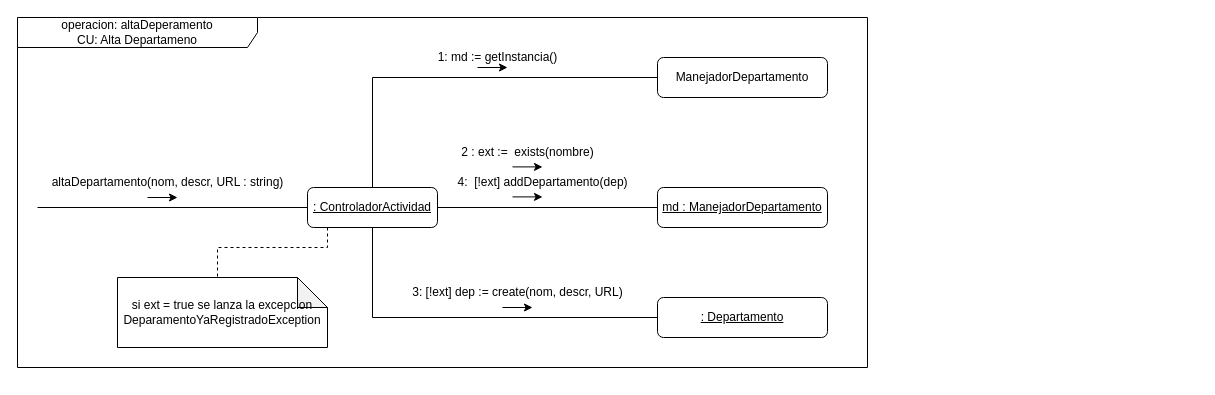
The draw.io diagram Diseño/DDC/AltaDepartamento.drawio in FacundoDiaz00/Taller-de-Programaci-n, before the edit. Source tidied: cells renumbered, new cells numbered last; positions are measured from the earlier drawing's top-left corner, leaving out a move shared by most shapes. Both pictures are drawn from the tidied source at 100%, with x=0, y=0 at pixel (17, 17).
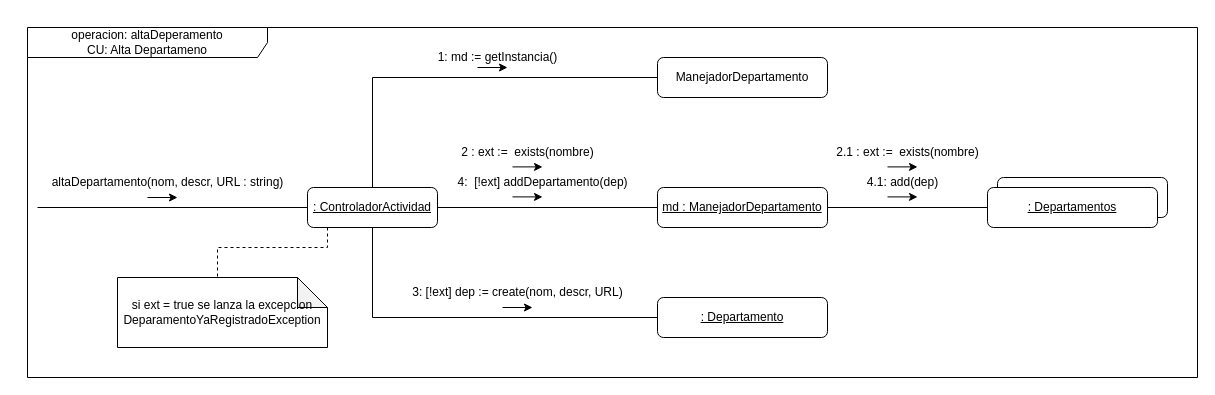
The same page after the edit.

Commit message (it also covers changes not shown here):
Correcion en DDC del alta de departamento

Unchanged cells that the change refers to:
```xml
<mxCell id="12" value="&lt;u&gt;md : ManejadorDepartamento&lt;/u&gt;" style="rounded=1;whiteSpace=wrap;html=1;" parent="1" vertex="1">
  <mxGeometry x="640" y="170" width="170" height="40" as="geometry" />
</mxCell>
```

Change to the diagram source:
```diff
@@
     <mxCell id="2" value="operacion: altaDeperamento&lt;br&gt;CU: Alta Departameno" style="shape=umlFrame;whiteSpace=wrap;html=1;width=240;height=30;" parent="1" vertex="1">
-      <mxGeometry width="850" height="350" as="geometry" />
+      <mxGeometry x="10" y="10" width="1170" height="350" as="geometry" />
     </mxCell>
@@
+    <mxCell id="23" style="edgeStyle=orthogonalEdgeStyle;rounded=0;jettySize=auto;html=1;entryX=0;entryY=0.5;entryDx=0;entryDy=0;endArrow=none;endFill=0;" parent="1" edge="1" source="12" target="26">
+      <mxGeometry relative="1" as="geometry" />
+    </mxCell>
@@
+    <mxCell id="24" style="group;" parent="1" vertex="1">
+      <mxGeometry x="970" y="160" width="180" height="50" as="geometry" />
+    </mxCell>
+    <mxCell id="25" style="rounded=1;whiteSpace=wrap;html=1;" parent="24" vertex="1">
+      <mxGeometry x="10" width="170" height="40" as="geometry" />
+    </mxCell>
+    <mxCell id="26" value="&lt;u&gt;: Departamentos&lt;/u&gt;" style="rounded=1;whiteSpace=wrap;html=1;" parent="24" vertex="1">
+      <mxGeometry y="10" width="170" height="40" as="geometry" />
+    </mxCell>
+    <mxCell id="27" value="2.1 : ext :=&amp;nbsp; exists(nombre)" style="text;html=1;align=center;verticalAlign=middle;strokeColor=none;fillColor=none;" parent="1" vertex="1">
+      <mxGeometry x="805" y="120" width="170" height="30" as="geometry" />
+    </mxCell>
+    <mxCell id="28" value="4.1: add(dep)" style="text;html=1;align=center;verticalAlign=middle;strokeColor=none;fillColor=none;" parent="1" vertex="1">
+      <mxGeometry x="840" y="150" width="90" height="30" as="geometry" />
+    </mxCell>
+    <mxCell id="29" style="endArrow=classic;html=1;rounded=0;" parent="1" edge="1">
+      <mxGeometry relative="1" as="geometry">
+        <mxPoint x="870" y="179.4" as="sourcePoint" />
+        <mxPoint x="900" y="179.4" as="targetPoint" />
+      </mxGeometry>
+    </mxCell>
+    <mxCell id="30" style="endArrow=classic;html=1;rounded=0;" parent="1" edge="1">
+      <mxGeometry relative="1" as="geometry">
+        <mxPoint x="870" y="149.4" as="sourcePoint" />
+        <mxPoint x="900" y="149.4" as="targetPoint" />
+      </mxGeometry>
+    </mxCell>
```
